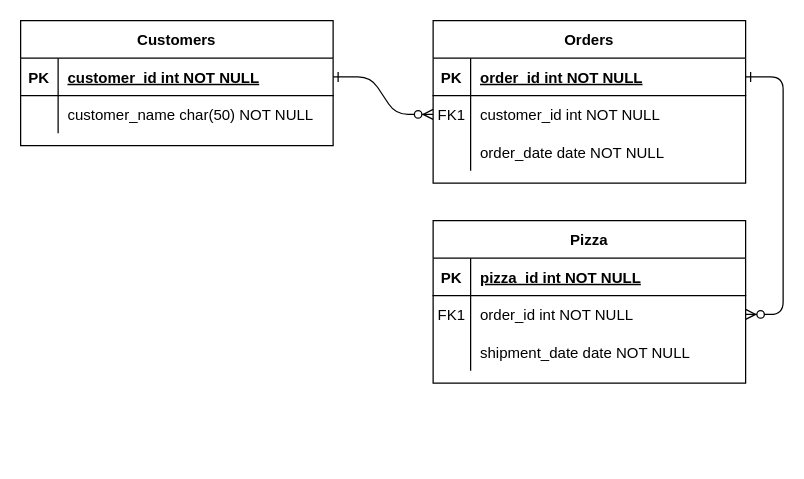
This is pizza_app_ER.drawio from Remi329/PizzaJunctionMergedComponents, a draw.io file, before an edit. Source tidied: cells renumbered, new cells numbered last; positions are measured from the earlier drawing's top-left corner, leaving out a move shared by most shapes. Both pictures are drawn from the tidied source at 125%, with x=0, y=0 at pixel (20, 20).
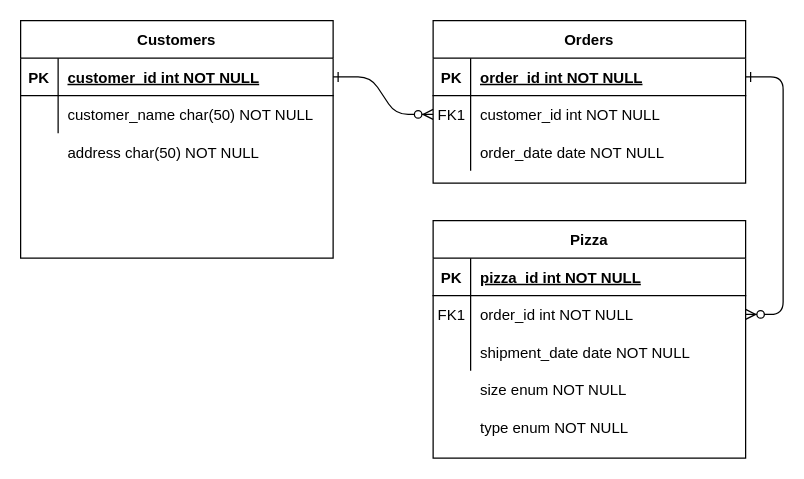
The same diagram, later.

Change to the diagram source:
```diff
@@
     <mxCell id="14" value="Pizza" style="shape=table;startSize=30;childLayout=tableLayout;rowLines=0;fontStyle=1;align=center;" parent="1" vertex="1">
-      <mxGeometry x="330" y="160" width="250" height="130" as="geometry" />
+      <mxGeometry x="330" y="160" width="250" height="190" as="geometry" />
     </mxCell>
@@
     <mxCell id="24" value="Customers" style="shape=table;startSize=30;childLayout=tableLayout;rowLines=0;fontStyle=1;align=center;" parent="1" vertex="1">
-      <mxGeometry width="250" height="100" as="geometry" />
+      <mxGeometry width="250" height="190" as="geometry" />
     </mxCell>
@@
+    <mxCell id="31" value="size enum NOT NULL" style="shape=partialRectangle;overflow=hidden;fillColor=none;top=0;left=0;bottom=0;right=0;align=left;spacingLeft=6;" parent="1" vertex="1">
+      <mxGeometry x="360" y="280" width="220" height="30" as="geometry" />
+    </mxCell>
+    <mxCell id="32" value="type enum NOT NULL" style="shape=partialRectangle;overflow=hidden;fillColor=none;top=0;left=0;bottom=0;right=0;align=left;spacingLeft=6;" parent="1" vertex="1">
+      <mxGeometry x="360" y="310" width="220" height="30" as="geometry" />
+    </mxCell>
+    <mxCell id="33" value="address char(50) NOT NULL" style="shape=partialRectangle;overflow=hidden;fillColor=none;top=0;left=0;bottom=0;right=0;align=left;spacingLeft=6;" parent="1" vertex="1">
+      <mxGeometry x="30" y="90" width="220" height="30" as="geometry" />
+    </mxCell>
```
